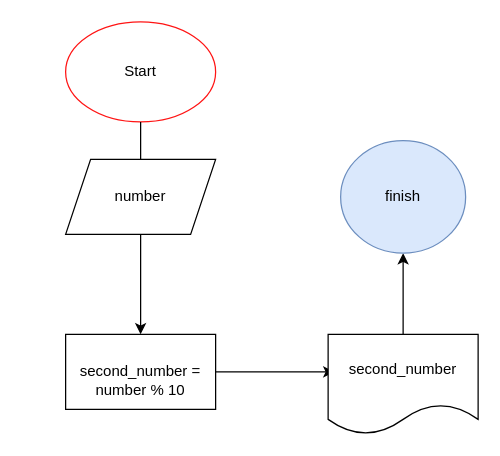
Earlier version of the draw.io diagram page "Page-8" (8 of 14) of block-schemes.drawio (yourenoticed/gb). Source tidied: cells renumbered, new cells numbered last; positions are measured from the earlier drawing's top-left corner, leaving out a move shared by most shapes. Both pictures are drawn from the tidied source at 125%, with x=0, y=0 at pixel (65, 21).
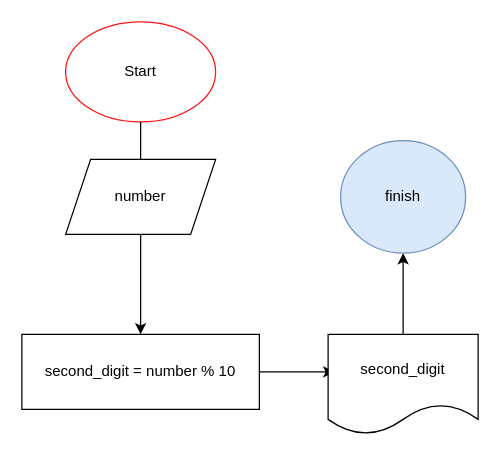
After the change.

Change to the diagram source:
```diff
@@
 <mxGraphModel>
   <root>
     <mxCell id="0" />
     <mxCell id="1" parent="0" />
     <mxCell id="2" value="Start" style="ellipse;whiteSpace=wrap;html=1;strokeColor=#FF1414;" parent="1" vertex="1">
       <mxGeometry width="120" height="80" as="geometry" />
     </mxCell>
     <mxCell id="3" style="endArrow=classic;html=1;rounded=0;exitX=0.5;exitY=1;exitDx=0;exitDy=0;" parent="1" edge="1" source="2">
       <mxGeometry relative="1" as="geometry">
         <mxPoint x="60" y="150" as="targetPoint" />
       </mxGeometry>
     </mxCell>
     <mxCell id="4" style="edgeStyle=orthogonalEdgeStyle;rounded=0;jettySize=auto;html=1;" parent="1" edge="1" source="5" target="7">
       <mxGeometry relative="1" as="geometry" />
     </mxCell>
     <mxCell id="5" value="number" style="shape=parallelogram;perimeter=parallelogramPerimeter;whiteSpace=wrap;html=1;fixedSize=1;" parent="1" vertex="1">
       <mxGeometry y="110" width="120" height="60" as="geometry" />
     </mxCell>
     <mxCell id="6" style="edgeStyle=orthogonalEdgeStyle;rounded=0;jettySize=auto;html=1;" parent="1" edge="1" source="7">
       <mxGeometry relative="1" as="geometry">
         <mxPoint x="215" y="280" as="targetPoint" />
       </mxGeometry>
     </mxCell>
-    <mxCell id="7" value="&lt;br&gt;second_number = number % 10" style="rounded=0;whiteSpace=wrap;html=1;" parent="1" vertex="1">
-      <mxGeometry y="250" width="120" height="60" as="geometry" />
+    <mxCell id="7" value="second_digit = number % 10" style="rounded=0;whiteSpace=wrap;html=1;" parent="1" vertex="1">
+      <mxGeometry x="-35" y="250" width="190" height="60" as="geometry" />
     </mxCell>
     <mxCell id="8" style="edgeStyle=orthogonalEdgeStyle;rounded=0;jettySize=auto;html=1;" parent="1" edge="1" source="9" target="10">
       <mxGeometry relative="1" as="geometry" />
     </mxCell>
-    <mxCell id="9" value="second_number" style="shape=document;whiteSpace=wrap;html=1;boundedLbl=1;" parent="1" vertex="1">
+    <mxCell id="9" value="second_digit" style="shape=document;whiteSpace=wrap;html=1;boundedLbl=1;" parent="1" vertex="1">
       <mxGeometry x="210" y="250" width="120" height="80" as="geometry" />
     </mxCell>
     <mxCell id="10" value="finish" style="ellipse;whiteSpace=wrap;html=1;fillColor=#dae8fc;strokeColor=#6c8ebf;direction=south;" parent="1" vertex="1">
       <mxGeometry x="220" y="95" width="100" height="90" as="geometry" />
     </mxCell>
   </root>
 </mxGraphModel>
```
